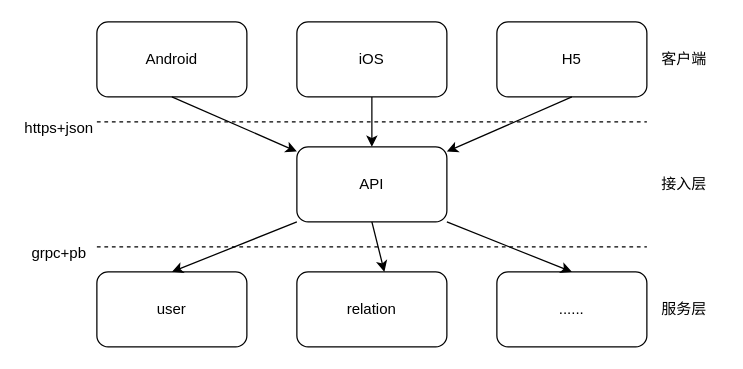
Above: assets/2023-02-10/basic.drawio in BinPang/binpang.github.io (draw.io), before the change. Source tidied: cells renumbered, new cells numbered last; positions are measured from the earlier drawing's top-left corner, leaving out a move shared by most shapes. Both pictures are drawn from the tidied source at 125%, with x=0, y=0 at pixel (21, 21).
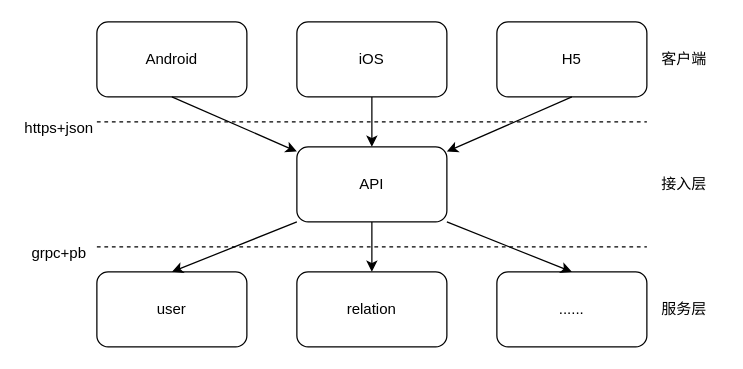
Above is the later version.

The change refers to these unchanged cells:
```xml
<mxCell id="2" value="API" style="rounded=1;whiteSpace=wrap;html=1;" parent="1" vertex="1">
  <mxGeometry x="220" y="100" width="120" height="60" as="geometry" />
</mxCell>
<mxCell id="7" value="relation" style="rounded=1;whiteSpace=wrap;html=1;" parent="1" vertex="1">
  <mxGeometry x="220" y="200" width="120" height="60" as="geometry" />
</mxCell>
```

Diff of the diagram source:
```diff
@@
-    <mxCell id="13" style="endArrow=classic;html=1;rounded=0;exitX=0.5;exitY=1;exitDx=0;exitDy=0;" parent="1" edge="1" source="2">
-      <mxGeometry relative="1" as="geometry">
-        <mxPoint x="290" y="200" as="targetPoint" />
-      </mxGeometry>
+    <mxCell id="13" style="endArrow=classic;html=1;rounded=0;exitX=0.5;exitY=1;exitDx=0;exitDy=0;entryX=0.5;entryY=0;entryDx=0;entryDy=0;" parent="1" edge="1" source="2" target="7">
+      <mxGeometry relative="1" as="geometry" />
     </mxCell>
```
